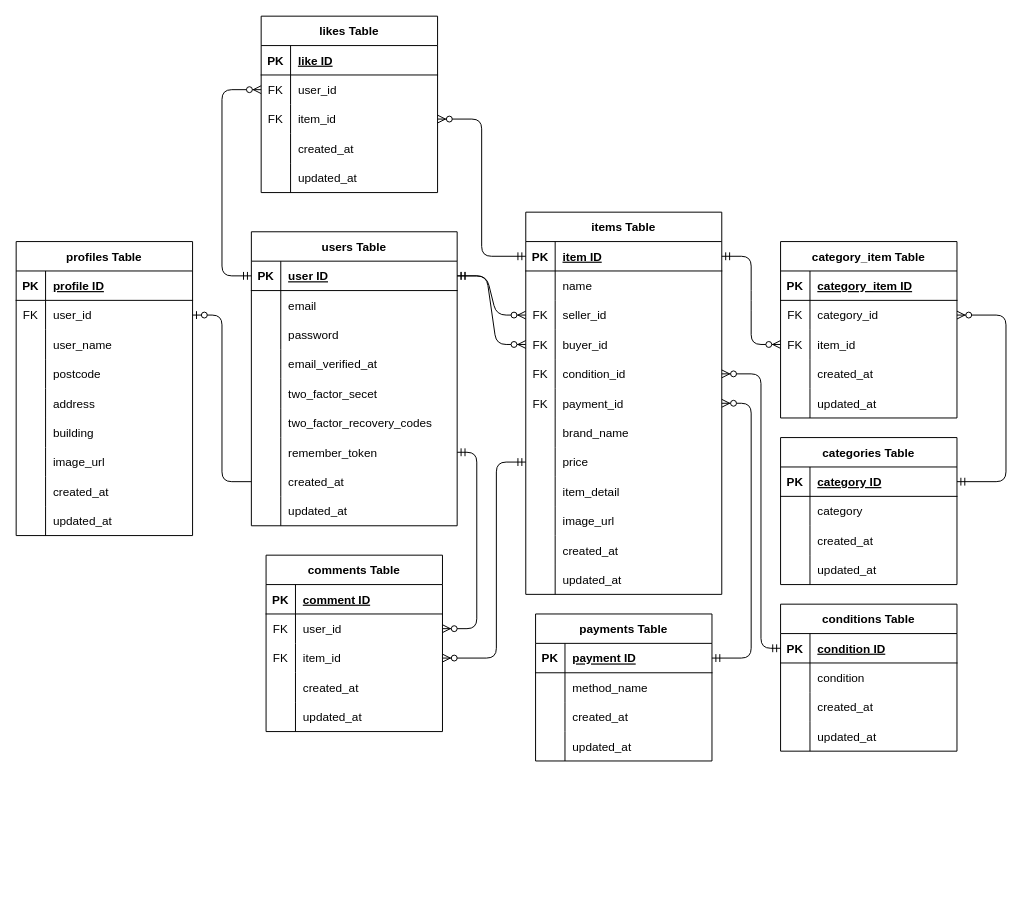
Earlier version of the draw.io diagram coachtech_flea_market.dio (magmag6240/flea-market). Source tidied: cells renumbered, new cells numbered last; positions are measured from the earlier drawing's top-left corner, leaving out a move shared by most shapes. Both pictures are drawn from the tidied source at 98%, with x=0, y=0 at pixel (16, 16).
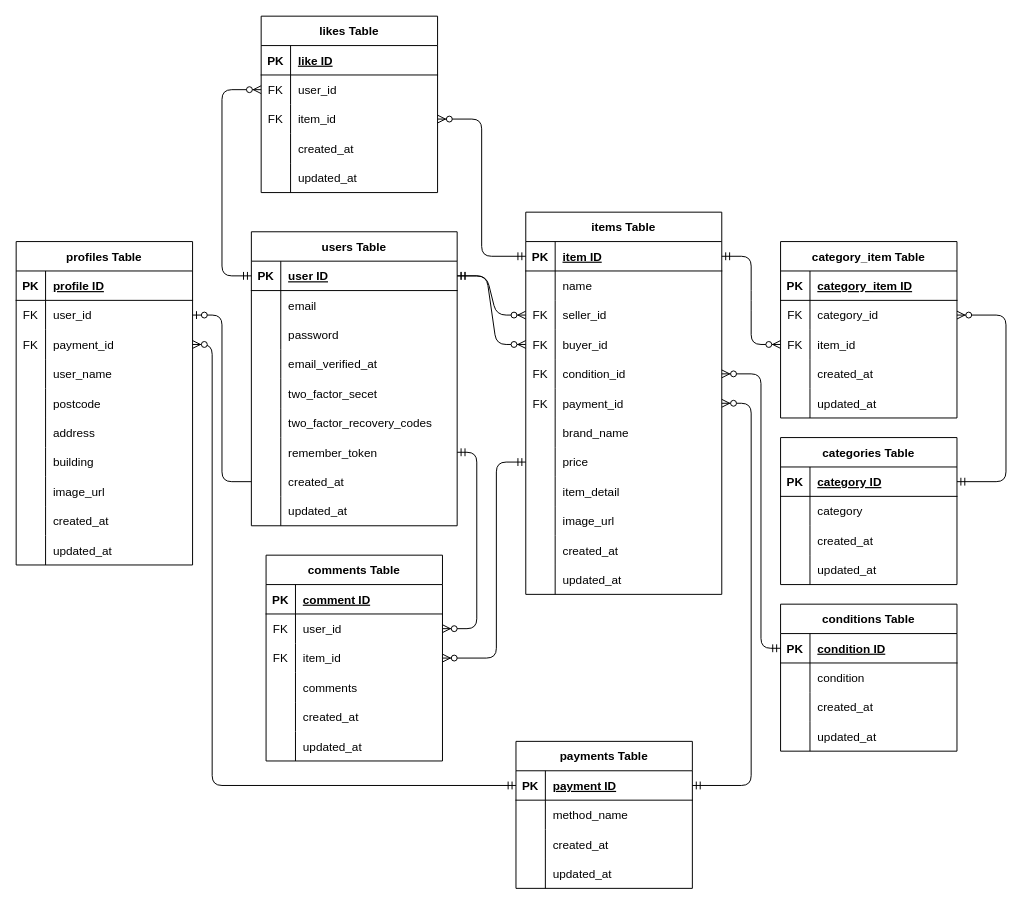
The same page after the edit.

Unchanged cells that the change refers to:
```xml
<mxCell id="177" style="shape=tableRow;horizontal=0;startSize=0;swimlaneHead=0;swimlaneBody=0;fillColor=none;points=[[0,0.5],[1,0.5]];portConstraint=eastwest;top=0;left=0;right=0;bottom=1;" parent="176" vertex="1">
  <mxGeometry y="30" width="180" height="30" as="geometry" />
</mxCell>
```

The edit, as a diff of the source:
```diff
@@
     <mxCell id="128" value="profiles Table" style="shape=table;startSize=30;childLayout=tableLayout;rowLines=0;fontStyle=1;align=center;" parent="1" vertex="1">
-      <mxGeometry y="230" width="180" height="300" as="geometry" />
+      <mxGeometry y="230" width="180" height="330" as="geometry" />
     </mxCell>
@@
+    <mxCell id="193" style="shape=tableRow;horizontal=0;startSize=0;swimlaneHead=0;swimlaneBody=0;fillColor=none;points=[[0,0.5],[1,0.5]];portConstraint=eastwest;top=0;left=0;right=0;bottom=0;" parent="128" vertex="1">
+      <mxGeometry y="90" width="180" height="30" as="geometry" />
+    </mxCell>
+    <mxCell id="194" value="FK" style="shape=partialRectangle;fillColor=none;top=0;left=0;bottom=0;right=0;overflow=hidden;" parent="193" vertex="1">
+      <mxGeometry width="30" height="30" as="geometry" />
+    </mxCell>
+    <mxCell id="195" value="payment_id" style="shape=partialRectangle;fillColor=none;top=0;left=0;bottom=0;right=0;align=left;spacingLeft=6;overflow=hidden;" parent="193" vertex="1">
+      <mxGeometry x="30" width="150" height="30" as="geometry" />
+    </mxCell>
     <mxCell id="135" style="shape=tableRow;horizontal=0;startSize=0;swimlaneHead=0;swimlaneBody=0;fillColor=none;top=0;left=0;right=0;bottom=0;" parent="128" vertex="1">
-      <mxGeometry y="90" width="180" height="30" as="geometry" />
+      <mxGeometry y="120" width="180" height="30" as="geometry" />
     </mxCell>
@@
     <mxCell id="138" style="shape=tableRow;horizontal=0;startSize=0;swimlaneHead=0;swimlaneBody=0;fillColor=none;top=0;left=0;right=0;bottom=0;" parent="128" vertex="1">
-      <mxGeometry y="120" width="180" height="30" as="geometry" />
+      <mxGeometry y="150" width="180" height="30" as="geometry" />
     </mxCell>
@@
     <mxCell id="141" style="shape=tableRow;horizontal=0;startSize=0;swimlaneHead=0;swimlaneBody=0;fillColor=none;top=0;left=0;right=0;bottom=0;" parent="128" vertex="1">
-      <mxGeometry y="150" width="180" height="30" as="geometry" />
+      <mxGeometry y="180" width="180" height="30" as="geometry" />
     </mxCell>
@@
     <mxCell id="144" style="shape=tableRow;horizontal=0;startSize=0;swimlaneHead=0;swimlaneBody=0;fillColor=none;top=0;left=0;right=0;bottom=0;" parent="128" vertex="1">
-      <mxGeometry y="180" width="180" height="30" as="geometry" />
+      <mxGeometry y="210" width="180" height="30" as="geometry" />
     </mxCell>
@@
     <mxCell id="147" style="shape=tableRow;horizontal=0;startSize=0;swimlaneHead=0;swimlaneBody=0;fillColor=none;top=0;left=0;right=0;bottom=0;" parent="128" vertex="1">
-      <mxGeometry y="210" width="180" height="30" as="geometry" />
+      <mxGeometry y="240" width="180" height="30" as="geometry" />
     </mxCell>
@@
     <mxCell id="150" style="shape=tableRow;horizontal=0;startSize=0;swimlaneHead=0;swimlaneBody=0;fillColor=none;top=0;left=0;right=0;bottom=0;" parent="128" vertex="1">
-      <mxGeometry y="240" width="180" height="30" as="geometry" />
+      <mxGeometry y="270" width="180" height="30" as="geometry" />
     </mxCell>
@@
     <mxCell id="153" style="shape=tableRow;horizontal=0;startSize=0;swimlaneHead=0;swimlaneBody=0;fillColor=none;top=0;left=0;right=0;bottom=0;" parent="128" vertex="1">
-      <mxGeometry y="270" width="180" height="30" as="geometry" />
+      <mxGeometry y="300" width="180" height="30" as="geometry" />
     </mxCell>
@@
     <mxCell id="160" value="comments Table" style="shape=table;startSize=30;childLayout=tableLayout;rowLines=0;fontStyle=1;align=center;" parent="1" vertex="1">
-      <mxGeometry x="255" y="550" width="180" height="180" as="geometry" />
+      <mxGeometry x="255" y="550" width="180" height="210" as="geometry" />
     </mxCell>
@@
+    <mxCell id="196" style="shape=tableRow;horizontal=0;startSize=0;swimlaneHead=0;swimlaneBody=0;fillColor=none;top=0;left=0;right=0;bottom=0;" parent="160" vertex="1">
+      <mxGeometry y="120" width="180" height="30" as="geometry" />
+    </mxCell>
+    <mxCell id="197" style="shape=partialRectangle;fillColor=none;top=0;left=0;bottom=0;right=0;overflow=hidden;" parent="196" vertex="1">
+      <mxGeometry width="30" height="30" as="geometry" />
+    </mxCell>
+    <mxCell id="198" value="comments" style="shape=partialRectangle;fillColor=none;top=0;left=0;bottom=0;right=0;align=left;spacingLeft=6;overflow=hidden;" parent="196" vertex="1">
+      <mxGeometry x="30" width="150" height="30" as="geometry" />
+    </mxCell>
     <mxCell id="170" style="shape=tableRow;horizontal=0;startSize=0;swimlaneHead=0;swimlaneBody=0;fillColor=none;top=0;left=0;right=0;bottom=0;" parent="160" vertex="1">
-      <mxGeometry y="120" width="180" height="30" as="geometry" />
+      <mxGeometry y="150" width="180" height="30" as="geometry" />
     </mxCell>
@@
     <mxCell id="173" style="shape=tableRow;horizontal=0;startSize=0;swimlaneHead=0;swimlaneBody=0;fillColor=none;top=0;left=0;right=0;bottom=0;" parent="160" vertex="1">
-      <mxGeometry y="150" width="180" height="30" as="geometry" />
+      <mxGeometry y="180" width="180" height="30" as="geometry" />
     </mxCell>
@@
     <mxCell id="176" value="payments Table" style="shape=table;startSize=30;childLayout=tableLayout;rowLines=0;fontStyle=1;align=center;" parent="1" vertex="1">
-      <mxGeometry x="530" y="610" width="180" height="150" as="geometry" />
+      <mxGeometry x="510" y="740" width="180" height="150" as="geometry" />
     </mxCell>
@@
+    <mxCell id="199" style="edgeStyle=elbowEdgeStyle;fontSize=12;html=1;endArrow=ERzeroToMany;startArrow=ERmandOne;exitX=0;exitY=0.5;exitDx=0;exitDy=0;entryX=1;entryY=0.5;entryDx=0;entryDy=0;" parent="1" edge="1" source="177" target="193">
+      <mxGeometry relative="1" as="geometry">
+        <Array as="points">
+          <mxPoint x="200" y="630" />
+        </Array>
+      </mxGeometry>
+    </mxCell>
```
